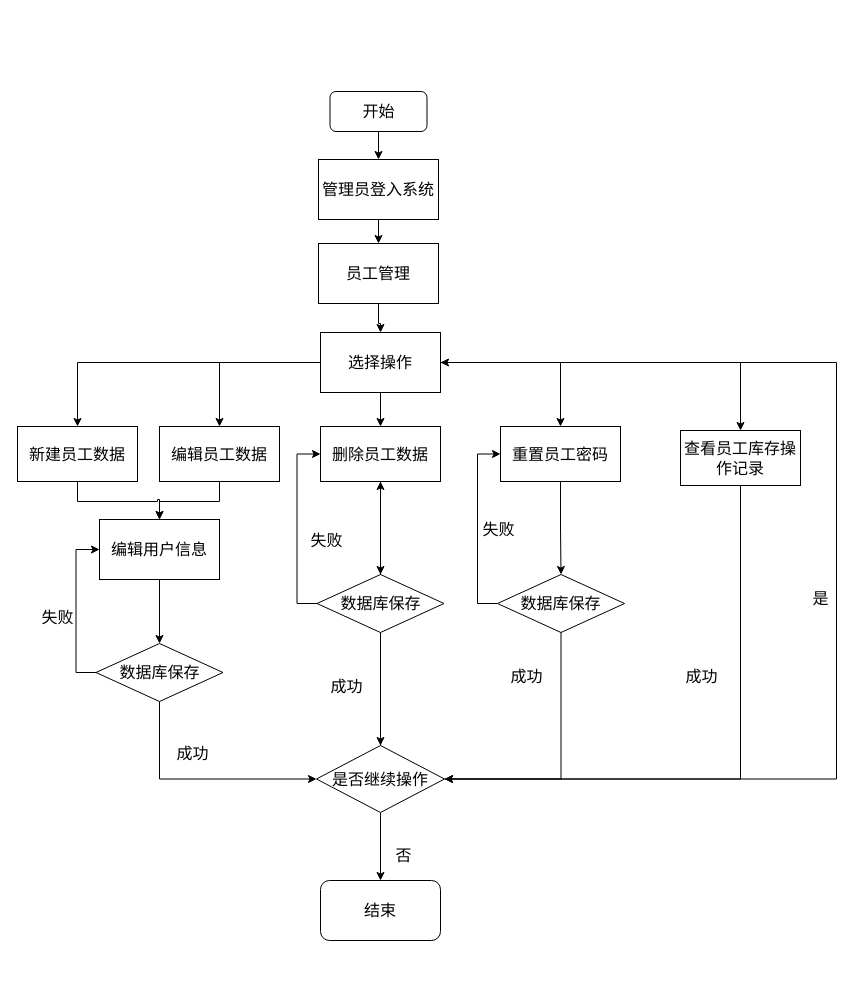
This is save/管理员流程图.drawio from kehaha-5/drawio, a draw.io file, before an edit. Source tidied: cells renumbered, new cells numbered last; positions are measured from the earlier drawing's top-left corner, leaving out a move shared by most shapes. Both pictures are drawn from the tidied source at 100%, with x=0, y=0 at pixel (17, 91).
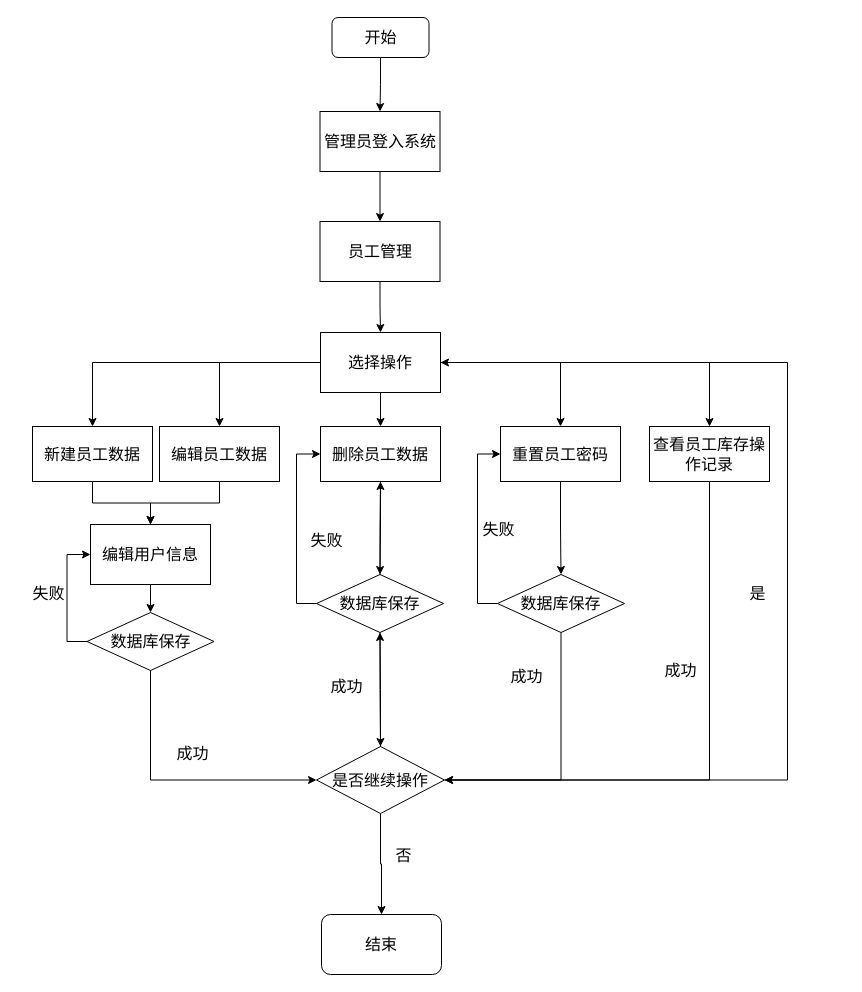
Above is the later version.

Commit message:
更新管理员流程图.drawio

Unchanged cells that the change refers to:
```xml
<mxCell id="13" value="&lt;font style=&quot;font-size: 16px;&quot;&gt;删除员工数据&lt;/font&gt;" style="rounded=0;whiteSpace=wrap;html=1;" parent="1" vertex="1">
  <mxGeometry x="303" y="335" width="120" height="55" as="geometry" />
</mxCell>
<mxCell id="23" value="&lt;font style=&quot;font-size: 16px;&quot;&gt;选择操作&lt;/font&gt;" style="rounded=0;whiteSpace=wrap;html=1;" parent="1" vertex="1">
  <mxGeometry x="303" y="241" width="120" height="60" as="geometry" />
</mxCell>
```

Diff of the diagram source:
```diff
@@
     <mxCell id="3" value="&lt;font style=&quot;font-size: 16px;&quot;&gt;开始&lt;/font&gt;" style="rounded=1;whiteSpace=wrap;html=1;" parent="1" vertex="1">
-      <mxGeometry x="312.5" width="97" height="40" as="geometry" />
+      <mxGeometry x="314.5" y="-74" width="97" height="40" as="geometry" />
     </mxCell>
@@
     <mxCell id="5" value="&lt;font style=&quot;font-size: 16px;&quot;&gt;管理员登入系统&lt;/font&gt;" style="rounded=0;whiteSpace=wrap;html=1;" parent="1" vertex="1">
-      <mxGeometry x="301" y="68" width="120" height="60" as="geometry" />
+      <mxGeometry x="302.5" y="20" width="120" height="60" as="geometry" />
     </mxCell>
@@
     <mxCell id="7" value="&lt;font style=&quot;font-size: 16px;&quot;&gt;员工管理&lt;/font&gt;" style="rounded=0;whiteSpace=wrap;html=1;" parent="1" vertex="1">
-      <mxGeometry x="301" y="152" width="120" height="60" as="geometry" />
+      <mxGeometry x="302.5" y="130" width="120" height="60" as="geometry" />
     </mxCell>
@@
     <mxCell id="9" value="&lt;font style=&quot;font-size: 16px;&quot;&gt;新建员工数据&lt;/font&gt;" style="rounded=0;whiteSpace=wrap;html=1;" parent="1" vertex="1">
-      <mxGeometry y="335" width="120" height="55" as="geometry" />
+      <mxGeometry x="15" y="335" width="120" height="55" as="geometry" />
     </mxCell>
@@
     <mxCell id="17" value="&lt;font style=&quot;font-size: 16px;&quot;&gt;查看员工库存操作记录&lt;/font&gt;" style="rounded=0;whiteSpace=wrap;html=1;" parent="1" vertex="1">
-      <mxGeometry x="663" y="339" width="120" height="55" as="geometry" />
+      <mxGeometry x="632" y="335" width="120" height="55" as="geometry" />
     </mxCell>
@@
     <mxCell id="25" value="&lt;font style=&quot;font-size: 16px;&quot;&gt;编辑用户信息&lt;/font&gt;" style="rounded=0;whiteSpace=wrap;html=1;" parent="1" vertex="1">
-      <mxGeometry x="82" y="428" width="120" height="60" as="geometry" />
+      <mxGeometry x="73" y="433" width="120" height="60" as="geometry" />
     </mxCell>
@@
     <mxCell id="28" value="&lt;font style=&quot;font-size: 16px;&quot;&gt;数据库保存&lt;/font&gt;" style="rhombus;whiteSpace=wrap;html=1;" parent="1" vertex="1">
-      <mxGeometry x="78.5" y="552" width="127" height="58" as="geometry" />
+      <mxGeometry x="69.5" y="521" width="127" height="58" as="geometry" />
     </mxCell>
@@
-    <mxCell id="30" style="edgeStyle=orthogonalEdgeStyle;rounded=0;jettySize=auto;html=1;" parent="1" edge="1" source="32" target="13">
+    <mxCell id="30" style="edgeStyle=orthogonalEdgeStyle;rounded=0;jettySize=auto;html=1;" parent="1" edge="1" source="37" target="13">
       <mxGeometry relative="1" as="geometry" />
     </mxCell>
     <mxCell id="31" style="edgeStyle=orthogonalEdgeStyle;rounded=0;jettySize=auto;html=1;entryX=1;entryY=0.5;entryDx=0;entryDy=0;" parent="1" edge="1" source="32" target="23">
       <mxGeometry relative="1" as="geometry">
         <Array as="points">
-          <mxPoint x="819" y="688" />
-          <mxPoint x="819" y="271" />
+          <mxPoint x="770" y="688" />
+          <mxPoint x="770" y="271" />
         </Array>
       </mxGeometry>
     </mxCell>
     <mxCell id="32" value="&lt;font style=&quot;font-size: 16px;&quot;&gt;是否继续操作&lt;/font&gt;" style="rhombus;whiteSpace=wrap;html=1;" parent="1" vertex="1">
-      <mxGeometry x="299" y="654" width="128" height="67" as="geometry" />
+      <mxGeometry x="299" y="655" width="128" height="67" as="geometry" />
     </mxCell>
@@
     <mxCell id="34" value="&lt;font style=&quot;font-size: 16px;&quot;&gt;失败&lt;/font&gt;" style="text;html=1;align=center;verticalAlign=middle;strokeColor=none;fillColor=none;" parent="1" vertex="1">
-      <mxGeometry x="15" y="510" width="50" height="31" as="geometry" />
+      <mxGeometry x="6" y="486" width="50" height="31" as="geometry" />
     </mxCell>
@@
-    <mxCell id="37" value="&lt;font style=&quot;font-size: 16px;&quot;&gt;数据库保存&lt;/font&gt;" style="rhombus;whiteSpace=wrap;html=1;" parent="1" vertex="1">
-      <mxGeometry x="299.5" y="483" width="127" height="58" as="geometry" />
-    </mxCell>
@@
     <mxCell id="45" value="&lt;font style=&quot;font-size: 16px;&quot;&gt;成功&lt;/font&gt;" style="text;html=1;align=center;verticalAlign=middle;strokeColor=none;fillColor=none;" parent="1" vertex="1">
-      <mxGeometry x="659" y="569" width="50" height="31" as="geometry" />
+      <mxGeometry x="638" y="563" width="50" height="31" as="geometry" />
     </mxCell>
     <mxCell id="46" value="&lt;font style=&quot;font-size: 16px;&quot;&gt;结束&lt;/font&gt;" style="rounded=1;whiteSpace=wrap;html=1;" parent="1" vertex="1">
-      <mxGeometry x="303" y="789" width="120" height="60" as="geometry" />
+      <mxGeometry x="304" y="823" width="120" height="60" as="geometry" />
     </mxCell>
@@
     <mxCell id="48" value="&lt;font style=&quot;font-size: 16px;&quot;&gt;是&lt;/font&gt;" style="text;html=1;align=center;verticalAlign=middle;strokeColor=none;fillColor=none;" parent="1" vertex="1">
-      <mxGeometry x="786" y="491" width="34" height="31" as="geometry" />
+      <mxGeometry x="723" y="486" width="34" height="31" as="geometry" />
     </mxCell>
+    <mxCell id="49" style="edgeStyle=orthogonalEdgeStyle;rounded=0;jettySize=auto;html=1;" parent="1" edge="1" source="32" target="37">
+      <mxGeometry relative="1" as="geometry" />
+    </mxCell>
+    <mxCell id="37" value="&lt;font style=&quot;font-size: 16px;&quot;&gt;数据库保存&lt;/font&gt;" style="rhombus;whiteSpace=wrap;html=1;" parent="1" vertex="1">
+      <mxGeometry x="299" y="483" width="127" height="58" as="geometry" />
+    </mxCell>
```
